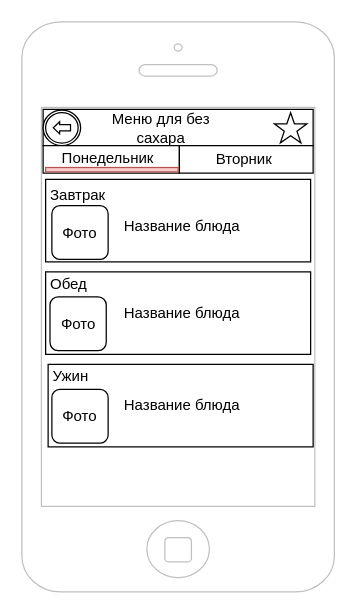
The draw.io diagram page "Page-5" (6 of 8) of Untitled Diagram.drawio in Sans321/jojo, before the edit. Source tidied: cells renumbered, new cells numbered last; positions are measured from the earlier drawing's top-left corner, leaving out a move shared by most shapes. Both pictures are drawn from the tidied source at 125%, with x=0, y=0 at pixel (21, 21).
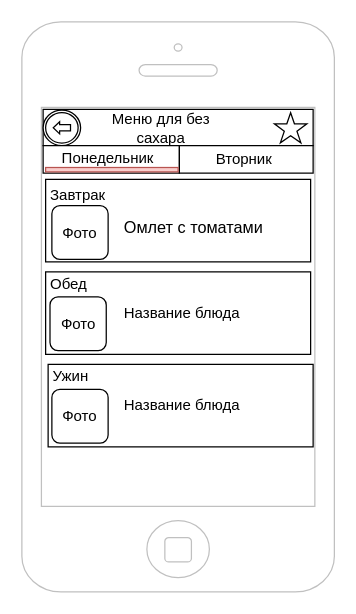
After the change.

Change to the diagram source:
```diff
@@
-    <mxCell id="18" value="Название блюда" style="text;html=1;strokeColor=none;fillColor=none;align=left;verticalAlign=middle;whiteSpace=wrap;rounded=0;" parent="1" vertex="1">
+    <mxCell id="18" value="&lt;span style=&quot;text-align: center ; background-color: rgb(255 , 255 , 255)&quot;&gt;&lt;font style=&quot;font-size: 13px&quot;&gt;Омлет с томатами&lt;/font&gt;&lt;/span&gt;" style="text;html=1;strokeColor=none;fillColor=none;align=left;verticalAlign=middle;whiteSpace=wrap;rounded=0;" parent="1" vertex="1">
       <mxGeometry x="80" y="153" width="132" height="21" as="geometry" />
     </mxCell>
```
